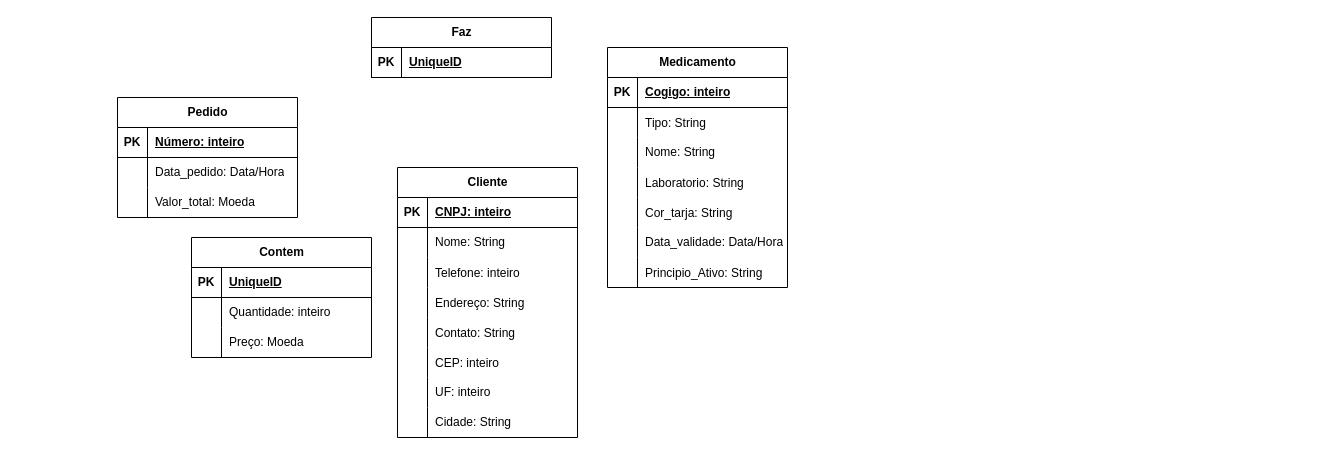
adiantaduh/bd1 keeps this draw.io diagram as atividade de sala2.drawio. Above is the earlier version. Source tidied: cells renumbered, new cells numbered last; positions are measured from the earlier drawing's top-left corner, leaving out a move shared by most shapes. Both pictures are drawn from the tidied source at 100%, with x=0, y=0 at pixel (117, 17).
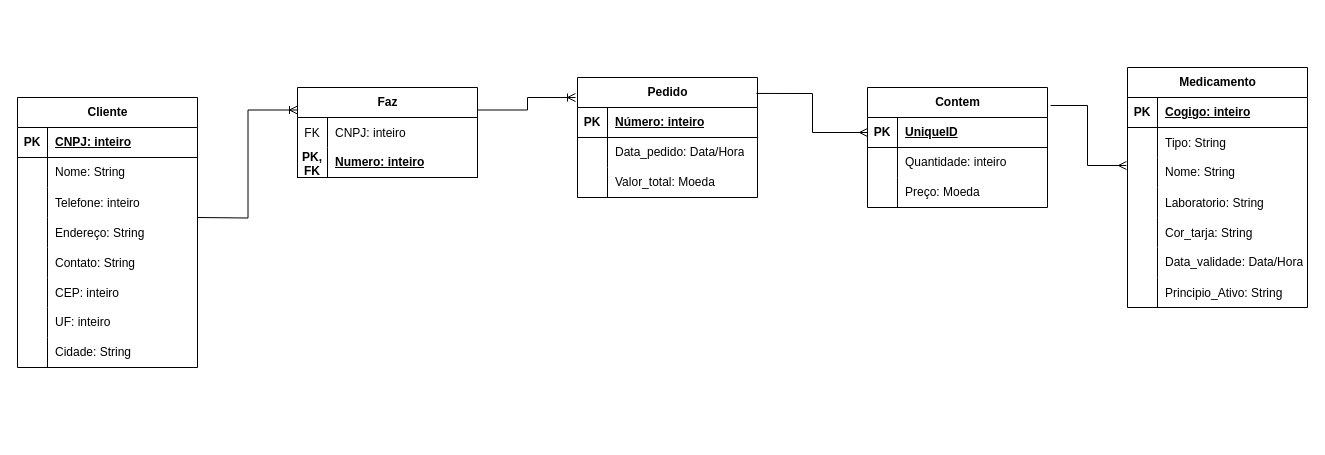
The same page after the edit.

Unchanged cells that the change refers to:
```xml
<mxCell id="19" style="shape=tableRow;horizontal=0;startSize=0;swimlaneHead=0;swimlaneBody=0;fillColor=none;points=[[0,0.5],[1,0.5]];portConstraint=eastwest;top=0;left=0;right=0;bottom=0;" parent="12" vertex="1">
  <mxGeometry y="90" width="180" height="30" as="geometry" />
</mxCell>
<mxCell id="64" style="shape=tableRow;horizontal=0;startSize=0;swimlaneHead=0;swimlaneBody=0;fillColor=none;points=[[0,0.5],[1,0.5]];portConstraint=eastwest;top=0;left=0;right=0;bottom=1;" parent="63" vertex="1">
  <mxGeometry y="30" width="180" height="30" as="geometry" />
</mxCell>
```

Diff of the diagram source:
```diff
@@
     <mxCell id="2" value="Pedido" style="shape=table;startSize=30;childLayout=tableLayout;rowLines=0;fontStyle=1;align=center;html=1;" parent="1" vertex="1">
-      <mxGeometry y="80" width="180" height="120" as="geometry" />
+      <mxGeometry x="460" y="60" width="180" height="120" as="geometry" />
     </mxCell>
@@
     <mxCell id="12" value="Medicamento" style="shape=table;startSize=30;childLayout=tableLayout;rowLines=0;fontStyle=1;align=center;html=1;" parent="1" vertex="1">
-      <mxGeometry x="490" y="30" width="180" height="240" as="geometry" />
+      <mxGeometry x="1010" y="50" width="180" height="240" as="geometry" />
     </mxCell>
@@
     <mxCell id="34" value="Cliente" style="shape=table;startSize=30;childLayout=tableLayout;rowLines=0;fontStyle=1;align=center;html=1;" parent="1" vertex="1">
-      <mxGeometry x="280" y="150" width="180" height="270" as="geometry" />
+      <mxGeometry x="-100" y="80" width="180" height="270" as="geometry" />
     </mxCell>
@@
     <mxCell id="59" value="Faz" style="shape=table;startSize=30;childLayout=tableLayout;rowLines=0;fontStyle=1;align=center;html=1;" parent="1" vertex="1">
-      <mxGeometry x="254" width="180" height="60" as="geometry" />
+      <mxGeometry x="180" y="70" width="180" height="90" as="geometry" />
     </mxCell>
+    <mxCell id="73" style="shape=tableRow;horizontal=0;startSize=0;swimlaneHead=0;swimlaneBody=0;fillColor=none;top=0;left=0;right=0;bottom=0;fontFamily=Helvetica;fontSize=12;fontColor=default;labelBackgroundColor=default;" parent="59" vertex="1">
+      <mxGeometry y="30" width="180" height="30" as="geometry" />
+    </mxCell>
+    <mxCell id="74" value="FK" style="shape=partialRectangle;fillColor=none;top=0;left=0;bottom=0;right=0;overflow=hidden;fontFamily=Helvetica;fontSize=12;fontColor=default;labelBackgroundColor=default;" parent="73" vertex="1">
+      <mxGeometry width="30" height="30" as="geometry" />
+    </mxCell>
+    <mxCell id="75" value="CNPJ: inteiro" style="shape=partialRectangle;fillColor=none;top=0;left=0;bottom=0;right=0;align=left;spacingLeft=6;overflow=hidden;fontFamily=Helvetica;fontSize=12;fontColor=default;labelBackgroundColor=default;" parent="73" vertex="1">
+      <mxGeometry x="30" width="150" height="30" as="geometry" />
+    </mxCell>
     <mxCell id="60" style="shape=tableRow;horizontal=0;startSize=0;swimlaneHead=0;swimlaneBody=0;fillColor=none;top=0;left=0;right=0;bottom=1;" parent="59" vertex="1">
-      <mxGeometry y="30" width="180" height="30" as="geometry" />
+      <mxGeometry y="60" width="180" height="30" as="geometry" />
     </mxCell>
-    <mxCell id="61" value="PK" style="shape=partialRectangle;fillColor=none;top=0;left=0;bottom=0;right=0;fontStyle=1;overflow=hidden;whiteSpace=wrap;html=1;" parent="60" vertex="1">
+    <mxCell id="61" value="PK,&lt;div&gt;FK&lt;/div&gt;" style="shape=partialRectangle;fillColor=none;top=0;left=0;bottom=0;right=0;fontStyle=1;overflow=hidden;whiteSpace=wrap;html=1;" parent="60" vertex="1">
       <mxGeometry width="30" height="30" as="geometry" />
     </mxCell>
-    <mxCell id="62" value="UniqueID" style="shape=partialRectangle;fillColor=none;top=0;left=0;bottom=0;right=0;align=left;spacingLeft=6;fontStyle=5;overflow=hidden;whiteSpace=wrap;html=1;" parent="60" vertex="1">
+    <mxCell id="62" value="Numero: inteiro" style="shape=partialRectangle;fillColor=none;top=0;left=0;bottom=0;right=0;align=left;spacingLeft=6;fontStyle=5;overflow=hidden;whiteSpace=wrap;html=1;" parent="60" vertex="1">
       <mxGeometry x="30" width="150" height="30" as="geometry" />
     </mxCell>
     <mxCell id="63" value="Contem" style="shape=table;startSize=30;childLayout=tableLayout;rowLines=0;fontStyle=1;align=center;html=1;" parent="1" vertex="1">
-      <mxGeometry x="74" y="220" width="180" height="120" as="geometry" />
+      <mxGeometry x="750" y="70" width="180" height="120" as="geometry" />
     </mxCell>
@@
+    <mxCell id="76" style="edgeStyle=orthogonalEdgeStyle;fontSize=12;html=1;endArrow=ERoneToMany;rounded=0;entryX=0;entryY=0.25;entryDx=0;entryDy=0;" parent="1" edge="1" target="59">
+      <mxGeometry relative="1" as="geometry">
+        <mxPoint x="80" y="200" as="sourcePoint" />
+      </mxGeometry>
+    </mxCell>
+    <mxCell id="77" style="edgeStyle=orthogonalEdgeStyle;fontSize=12;html=1;endArrow=ERoneToMany;rounded=0;exitX=1;exitY=0.25;exitDx=0;exitDy=0;entryX=-0.011;entryY=0.167;entryDx=0;entryDy=0;entryPerimeter=0;" parent="1" edge="1" source="59" target="2">
+      <mxGeometry relative="1" as="geometry" />
+    </mxCell>
+    <mxCell id="78" style="edgeStyle=orthogonalEdgeStyle;fontSize=12;html=1;endArrow=ERmany;rounded=0;strokeColor=default;align=center;verticalAlign=middle;fontFamily=Helvetica;fontColor=default;labelBackgroundColor=default;exitX=0.994;exitY=0.133;exitDx=0;exitDy=0;exitPerimeter=0;entryX=0;entryY=0.5;entryDx=0;entryDy=0;" parent="1" edge="1" source="2" target="64">
+      <mxGeometry relative="1" as="geometry" />
+    </mxCell>
+    <mxCell id="79" style="edgeStyle=orthogonalEdgeStyle;fontSize=12;html=1;endArrow=ERmany;rounded=0;strokeColor=default;align=center;verticalAlign=middle;fontFamily=Helvetica;fontColor=default;labelBackgroundColor=default;exitX=1.017;exitY=0.15;exitDx=0;exitDy=0;exitPerimeter=0;entryX=-0.006;entryY=0.267;entryDx=0;entryDy=0;entryPerimeter=0;" parent="1" edge="1" source="63" target="19">
+      <mxGeometry relative="1" as="geometry" />
+    </mxCell>
```
